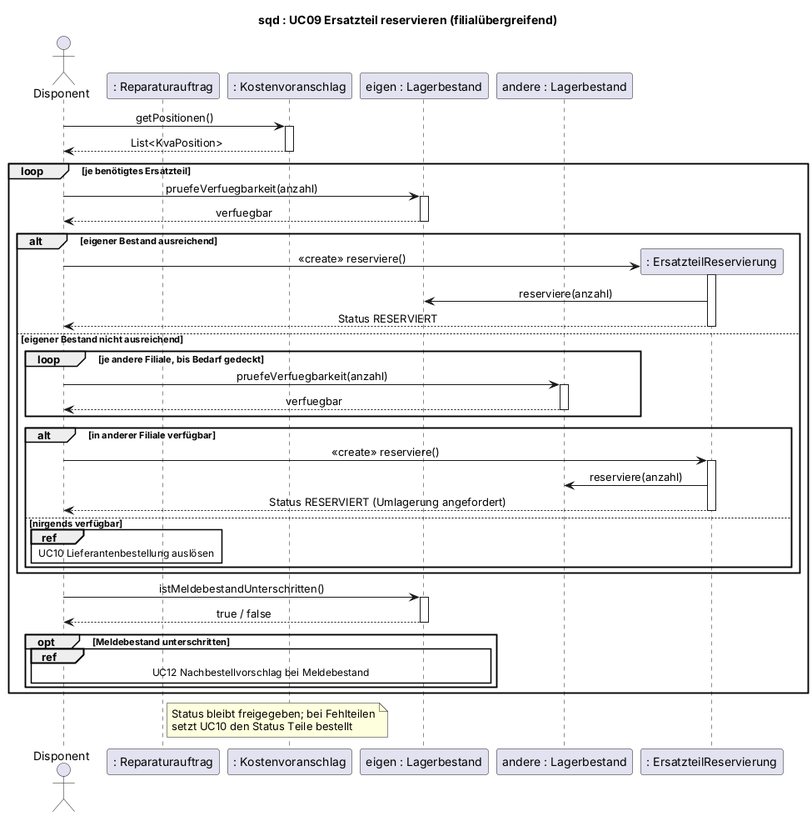
Earlier version of the PlantUML export uml/sequenz-03-reservierung.png (jakobschwan123-cmd/casestudy-semester-3).
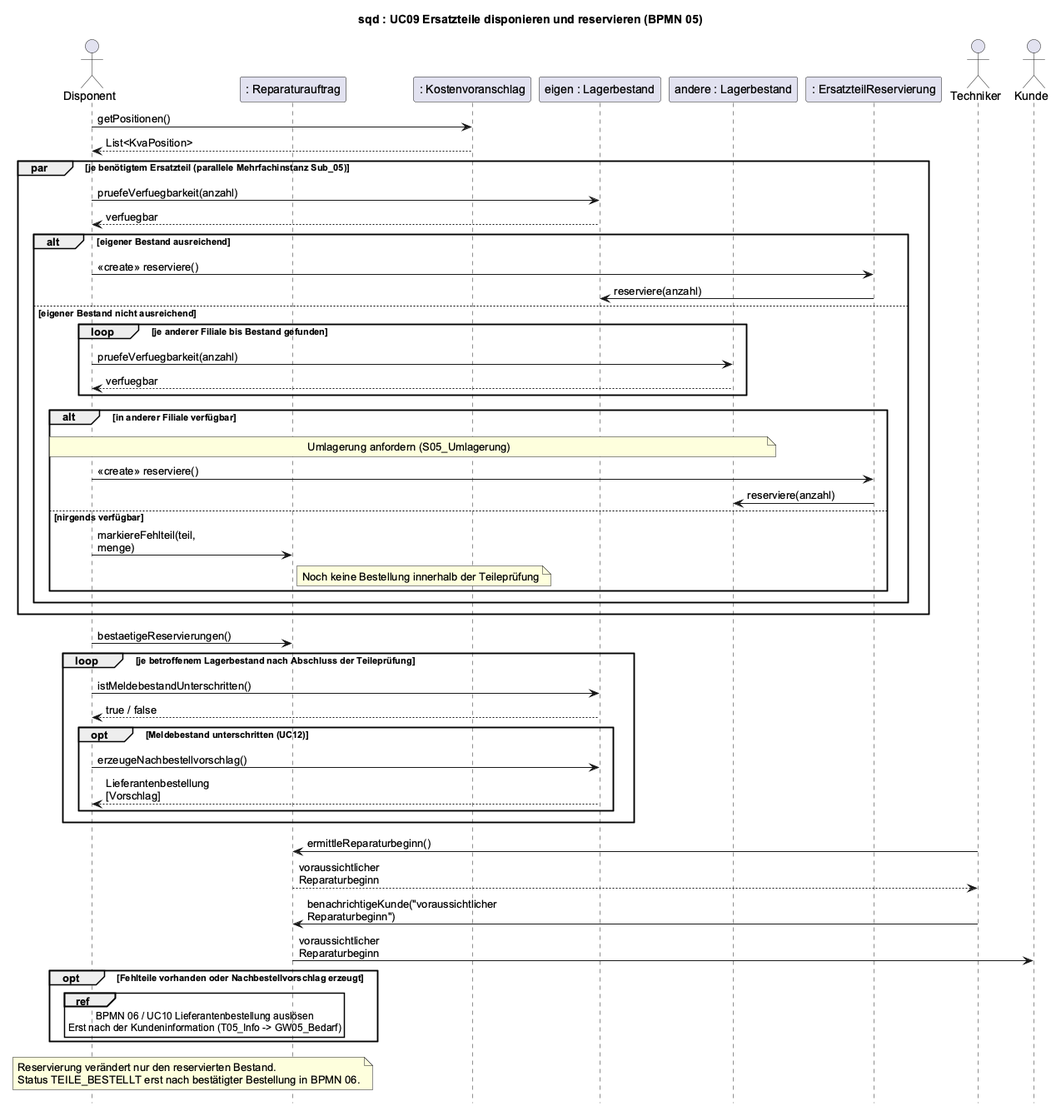
Later version of the same file.

Change to the diagram source:
```diff
@@ -1,55 +1,57 @@
 @startuml
-title sqd : UC09 Ersatzteil reservieren (filialübergreifend)
+title sqd : UC09 Ersatzteile disponieren und reservieren (BPMN 05)
 skinparam defaultFontName Arial
-skinparam sequenceMessageAlign center
+skinparam sequenceMessageAlign left
+skinparam maxMessageSize 160
+hide footbox
+
 actor Disponent
 participant ": Reparaturauftrag" as RA
 participant ": Kostenvoranschlag" as KVA
 participant "eigen : Lagerbestand" as LB
 participant "andere : Lagerbestand" as AL
 participant ": ErsatzteilReservierung" as RES
+actor Techniker
+actor Kunde
 
 Disponent -> KVA : getPositionen()
-activate KVA
 KVA --> Disponent : List<KvaPosition>
-deactivate KVA
-
-loop je benötigtes Ersatzteil
+par je benötigtem Ersatzteil (parallele Mehrfachinstanz Sub_05)
     Disponent -> LB : pruefeVerfuegbarkeit(anzahl)
-    activate LB
     LB --> Disponent : verfuegbar
-    deactivate LB
     alt eigener Bestand ausreichend
-        create RES
         Disponent -> RES : <<create>> reserviere()
-        activate RES
         RES -> LB : reserviere(anzahl)
-        RES --> Disponent : Status RESERVIERT
-        deactivate RES
     else eigener Bestand nicht ausreichend
-        loop je andere Filiale, bis Bedarf gedeckt
+        loop je anderer Filiale bis Bestand gefunden
             Disponent -> AL : pruefeVerfuegbarkeit(anzahl)
-            activate AL
             AL --> Disponent : verfuegbar
-            deactivate AL
         end
         alt in anderer Filiale verfügbar
+            note over Disponent, AL : Umlagerung anfordern (S05_Umlagerung)
             Disponent -> RES : <<create>> reserviere()
-            activate RES
             RES -> AL : reserviere(anzahl)
-            RES --> Disponent : Status RESERVIERT (Umlagerung angefordert)
-            deactivate RES
         else nirgends verfügbar
-            ref over Disponent, RA : UC10 Lieferantenbestellung auslösen
+            Disponent -> RA : markiereFehlteil(teil, menge)
+            note right of RA : Noch keine Bestellung innerhalb der Teileprüfung
         end
     end
+end
+Disponent -> RA : bestaetigeReservierungen()
+loop je betroffenem Lagerbestand nach Abschluss der Teileprüfung
     Disponent -> LB : istMeldebestandUnterschritten()
-    activate LB
     LB --> Disponent : true / false
-    deactivate LB
-    opt Meldebestand unterschritten
-        ref over Disponent, LB : UC12 Nachbestellvorschlag bei Meldebestand
+    opt Meldebestand unterschritten (UC12)
+        Disponent -> LB : erzeugeNachbestellvorschlag()
+        LB --> Disponent : Lieferantenbestellung [Vorschlag]
     end
 end
-note right of RA : Status bleibt freigegeben; bei Fehlteilen\nsetzt UC10 den Status Teile bestellt
+Techniker -> RA : ermittleReparaturbeginn()
+RA --> Techniker : voraussichtlicher Reparaturbeginn
+Techniker -> RA : benachrichtigeKunde("voraussichtlicher Reparaturbeginn")
+RA -> Kunde : voraussichtlicher Reparaturbeginn
+opt Fehlteile vorhanden oder Nachbestellvorschlag erzeugt
+    ref over Disponent, RA : BPMN 06 / UC10 Lieferantenbestellung auslösen\nErst nach der Kundeninformation (T05_Info -> GW05_Bedarf)
+end
+note over Disponent, RA : Reservierung verändert nur den reservierten Bestand.\nStatus TEILE_BESTELLT erst nach bestätigter Bestellung in BPMN 06.
 @enduml
```
